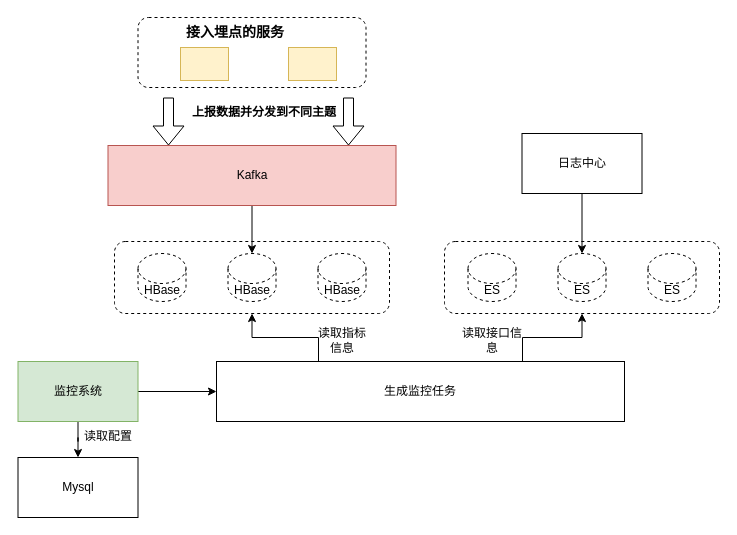
Above: 性能监控架构.drawio in tiankuanyu/test (draw.io), before the change. Source tidied: cells renumbered, new cells numbered last; positions are measured from the earlier drawing's top-left corner, leaving out a move shared by most shapes. Both pictures are drawn from the tidied source at 100%, with x=0, y=0 at pixel (18, 17).
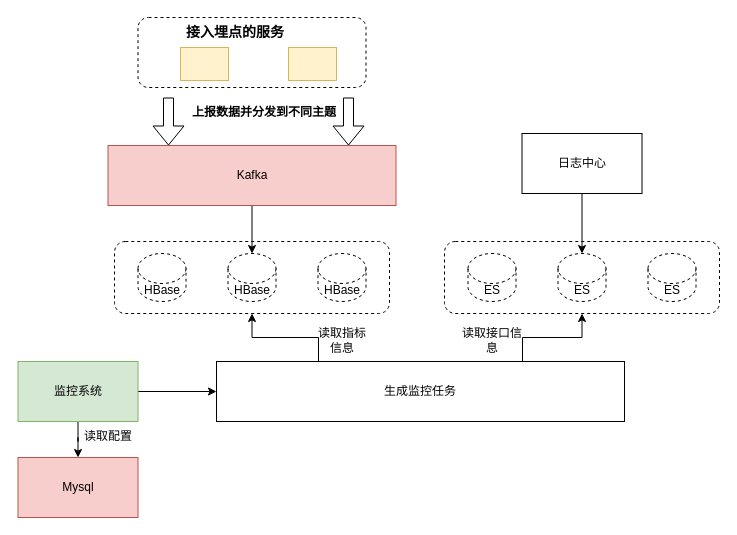
After the change.

Commit message (it also covers changes not shown here):
更新性能监控架构.drawio

The edit, as a diff of the source:
```diff
@@
-    <mxCell id="19" value="Mysql" style="rounded=0;whiteSpace=wrap;html=1;" parent="1" vertex="1">
+    <mxCell id="19" value="Mysql" style="rounded=0;whiteSpace=wrap;html=1;fillColor=#f8cecc;strokeColor=#b85450;" parent="1" vertex="1">
       <mxGeometry x="-0.5" y="440" width="120" height="60" as="geometry" />
     </mxCell>
```
